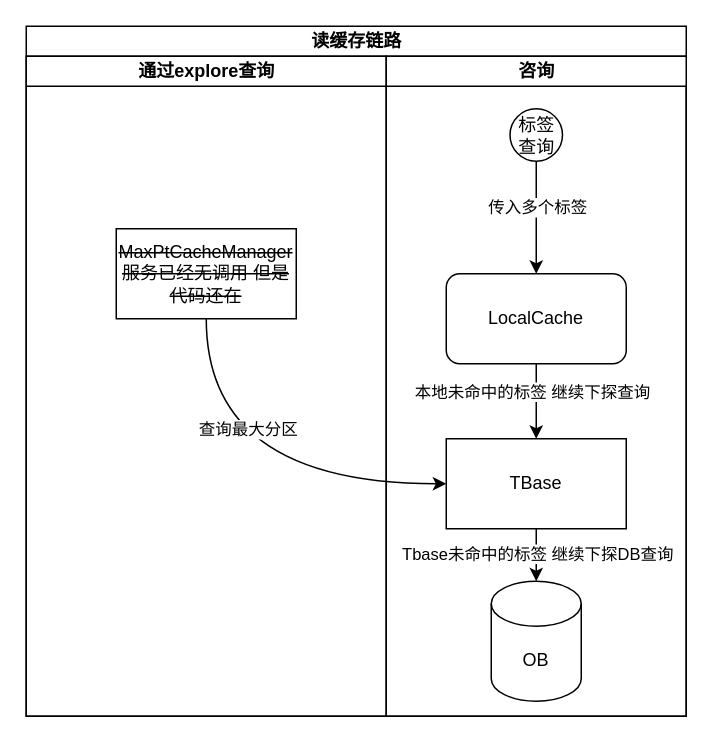
Earlier version of the draw.io diagram doc/draw/特征缓存读取一览图.drawio (LiYeLin/fruitSellerClient). Source tidied: cells renumbered, new cells numbered last; positions are measured from the earlier drawing's top-left corner, leaving out a move shared by most shapes. Both pictures are drawn from the tidied source at 150%, with x=0, y=0 at pixel (26, 26).
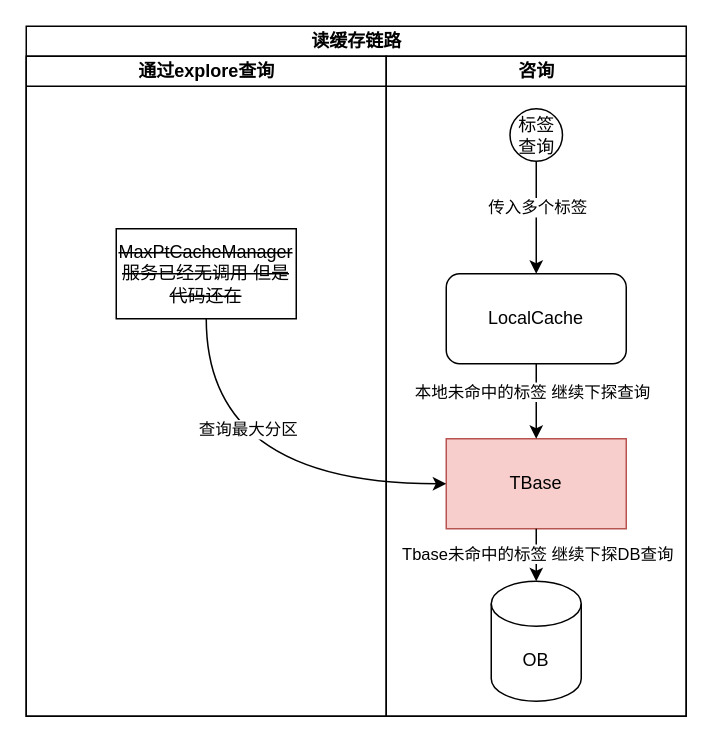
The same diagram, later.

Commit message:
更新特征缓存读取一览图.drawio

What changed in the source:
```diff
@@
 <mxGraphModel>
   <root>
     <mxCell id="0" />
     <mxCell id="1" parent="0" />
     <mxCell id="2" value="读缓存链路" style="swimlane;startSize=20;html=1;" parent="1" vertex="1">
       <mxGeometry width="440" height="460" as="geometry" />
     </mxCell>
     <mxCell id="3" value="通过explore查询" style="swimlane;startSize=20;html=1;" parent="2" vertex="1">
       <mxGeometry y="20" width="240" height="440" as="geometry" />
     </mxCell>
     <mxCell id="4" value="&lt;strike&gt;MaxPtCacheManager&lt;br&gt;服务已经无调用 但是代码还在&lt;br&gt;&lt;/strike&gt;" style="rounded=0;whiteSpace=wrap;html=1;" parent="3" vertex="1">
       <mxGeometry x="60" y="115" width="120" height="60" as="geometry" />
     </mxCell>
     <mxCell id="5" value="咨询" style="swimlane;startSize=20;html=1;" parent="2" vertex="1">
       <mxGeometry x="240" y="20" width="200" height="440" as="geometry" />
     </mxCell>
-    <mxCell id="6" value="TBase" style="rounded=0;whiteSpace=wrap;html=1;" parent="5" vertex="1">
+    <mxCell id="6" value="TBase" style="rounded=0;whiteSpace=wrap;html=1;fillColor=#f8cecc;strokeColor=#b85450;" parent="5" vertex="1">
       <mxGeometry x="40" y="255" width="120" height="60" as="geometry" />
     </mxCell>
     <mxCell id="7" style="edgeStyle=orthogonalEdgeStyle;rounded=0;jettySize=auto;html=1;" parent="5" edge="1" source="9" target="12">
       <mxGeometry relative="1" as="geometry" />
     </mxCell>
     <mxCell id="8" value="传入多个标签" style="edgeLabel;html=1;align=center;verticalAlign=middle;" parent="7" vertex="1">
       <mxGeometry x="-0.2" relative="1" as="geometry" />
     </mxCell>
     <mxCell id="9" value="标签查询" style="ellipse;whiteSpace=wrap;html=1;" parent="5" vertex="1">
       <mxGeometry x="82.5" y="35" width="35" height="35" as="geometry" />
     </mxCell>
     <mxCell id="10" style="edgeStyle=orthogonalEdgeStyle;rounded=0;jettySize=auto;html=1;" parent="5" edge="1" source="12" target="6">
       <mxGeometry relative="1" as="geometry" />
     </mxCell>
     <mxCell id="11" value="本地未命中的标签 继续下探查询&amp;nbsp;" style="edgeLabel;html=1;align=center;verticalAlign=middle;" parent="10" vertex="1">
       <mxGeometry x="-0.29" y="-2" relative="1" as="geometry" />
     </mxCell>
     <mxCell id="12" value="LocalCache" style="rounded=1;whiteSpace=wrap;html=1;" parent="5" vertex="1">
       <mxGeometry x="40" y="145" width="120" height="60" as="geometry" />
     </mxCell>
     <mxCell id="13" value="OB" style="shape=cylinder3;whiteSpace=wrap;html=1;boundedLbl=1;backgroundOutline=1;size=15;" parent="5" vertex="1">
       <mxGeometry x="70" y="350" width="60" height="80" as="geometry" />
     </mxCell>
     <mxCell id="14" style="edgeStyle=orthogonalEdgeStyle;rounded=0;jettySize=auto;html=1;entryX=0.5;entryY=0;entryDx=0;entryDy=0;entryPerimeter=0;" parent="5" edge="1" source="6" target="13">
       <mxGeometry relative="1" as="geometry" />
     </mxCell>
     <mxCell id="15" value="Tbase未命中的标签 继续下探DB查询" style="edgeLabel;html=1;align=center;verticalAlign=middle;" parent="14" vertex="1">
       <mxGeometry x="0.16" relative="1" as="geometry" />
     </mxCell>
     <mxCell id="16" style="edgeStyle=orthogonalEdgeStyle;rounded=0;jettySize=auto;html=1;entryX=0;entryY=0.5;entryDx=0;entryDy=0;exitX=0.5;exitY=1;exitDx=0;exitDy=0;curved=1;" parent="2" edge="1" source="4" target="6">
       <mxGeometry relative="1" as="geometry" />
     </mxCell>
     <mxCell id="17" value="查询最大分区" style="edgeLabel;html=1;align=center;verticalAlign=middle;" parent="16" vertex="1">
       <mxGeometry x="-0.46" y="27" relative="1" as="geometry" />
     </mxCell>
   </root>
 </mxGraphModel>
```
